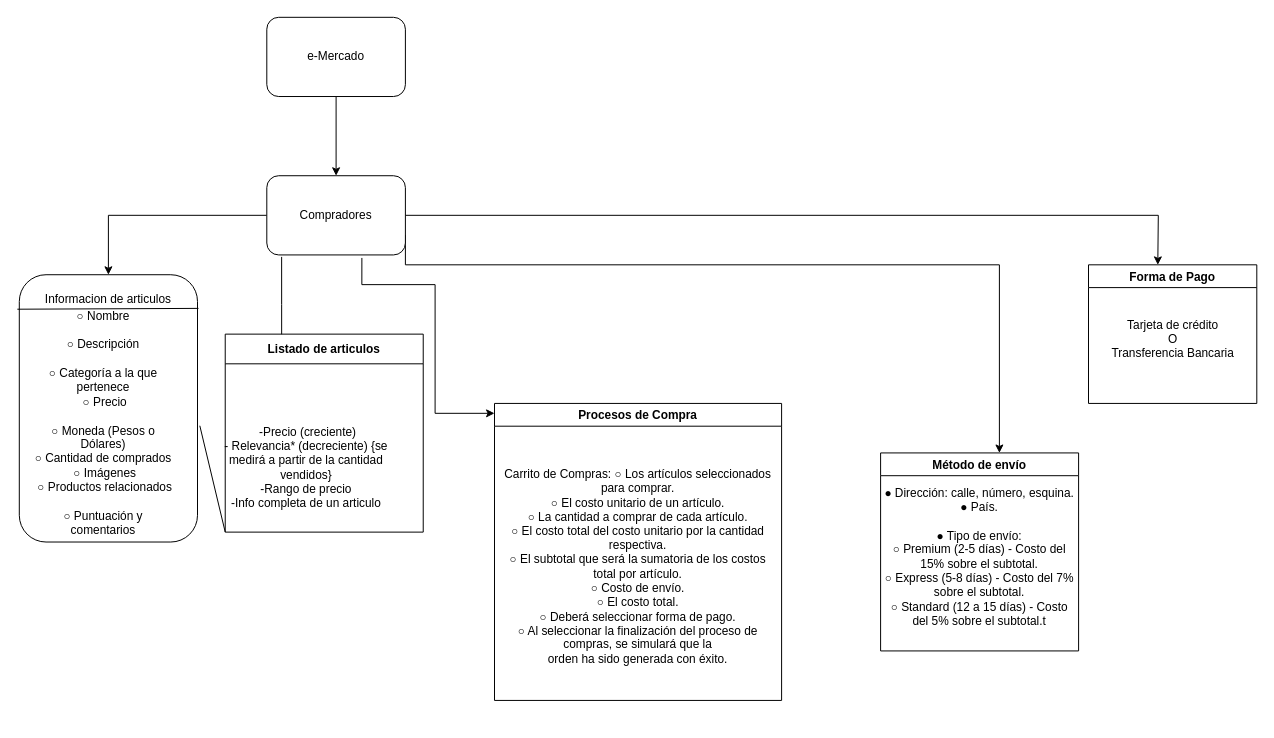
The draw.io diagram Untitled Diagram.drawio in lucasgrcia/proyecto-ecommerce, before the edit. Source tidied: cells renumbered, new cells numbered last; positions are measured from the earlier drawing's top-left corner, leaving out a move shared by most shapes. Both pictures are drawn from the tidied source at 99%, with x=0, y=0 at pixel (19, 17).
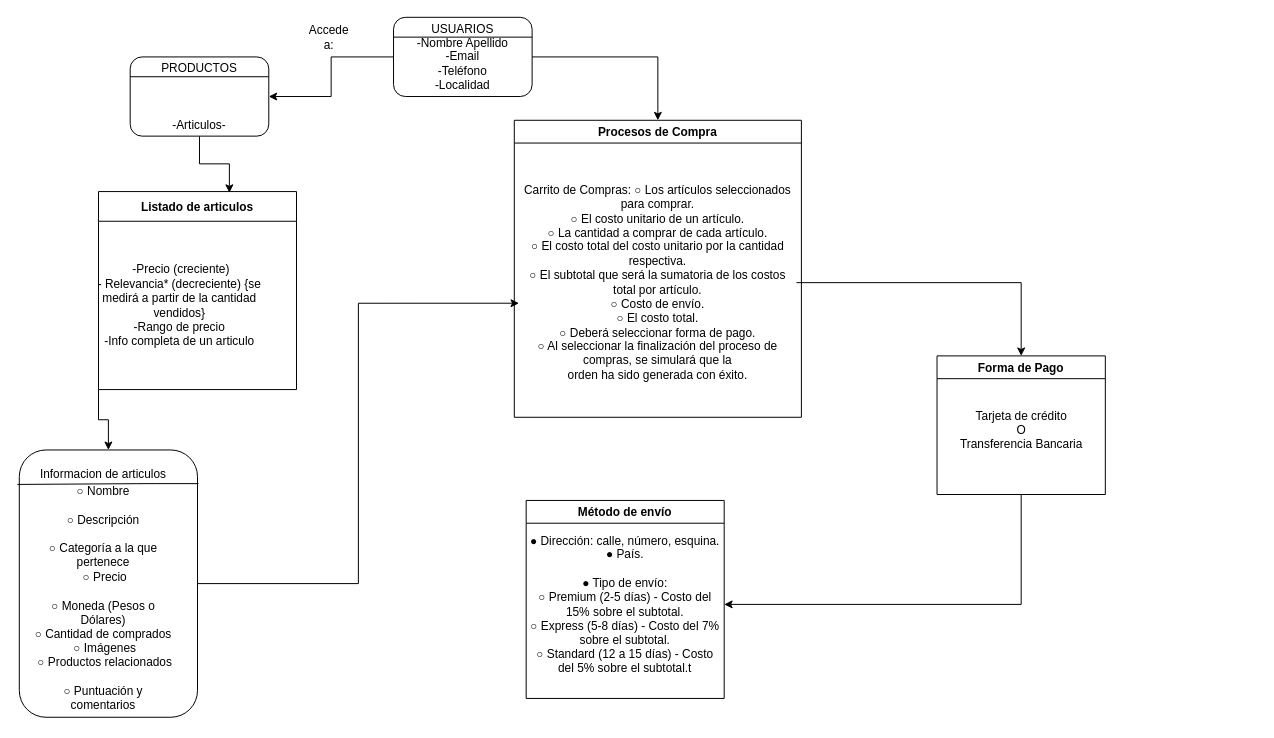
After the change.

Unchanged cells that the change refers to:
```xml
<mxCell id="20" value="● Dirección: calle, número, esquina.&lt;br/&gt;● País.&lt;br/&gt;&lt;br&gt;● Tipo de envío:&lt;br/&gt;○ Premium (2-5 días) - Costo del 15% sobre el subtotal.&lt;br/&gt;○ Express (5-8 días) - Costo del 7% sobre el subtotal.&lt;br/&gt;○ Standard (12 a 15 días) - Costo del 5% sobre el subtotal.t" style="text;html=1;strokeColor=none;fillColor=none;align=center;verticalAlign=middle;whiteSpace=wrap;rounded=0;" parent="19" vertex="1">
  <mxGeometry y="30" width="200" height="150" as="geometry" />
</mxCell>
```

Diff of the diagram source:
```diff
@@
-    <mxCell id="2" style="edgeStyle=orthogonalEdgeStyle;rounded=0;jettySize=auto;html=1;" parent="1" edge="1" source="3" target="10">
-      <mxGeometry relative="1" as="geometry" />
-    </mxCell>
-    <mxCell id="3" style="rounded=1;whiteSpace=wrap;html=1;" parent="1" vertex="1">
-      <mxGeometry x="250" width="140" height="80" as="geometry" />
-    </mxCell>
-    <mxCell id="4" value="e-Mercado" style="text;html=1;strokeColor=none;fillColor=none;align=center;verticalAlign=middle;whiteSpace=wrap;rounded=0;" parent="1" vertex="1">
-      <mxGeometry x="270" y="15" width="100" height="50" as="geometry" />
-    </mxCell>
-    <mxCell id="5" style="edgeStyle=orthogonalEdgeStyle;rounded=0;jettySize=auto;html=1;" parent="1" edge="1" source="10" target="11">
-      <mxGeometry relative="1" as="geometry" />
-    </mxCell>
-    <mxCell id="6" style="edgeStyle=orthogonalEdgeStyle;rounded=0;jettySize=auto;html=1;exitX=0.107;exitY=1.025;exitDx=0;exitDy=0;exitPerimeter=0;" parent="1" edge="1" source="10">
-      <mxGeometry relative="1" as="geometry">
-        <mxPoint x="265" y="340" as="targetPoint" />
-      </mxGeometry>
-    </mxCell>
-    <mxCell id="7" style="edgeStyle=orthogonalEdgeStyle;rounded=0;jettySize=auto;html=1;exitX=0.686;exitY=1.038;exitDx=0;exitDy=0;exitPerimeter=0;" parent="1" edge="1" source="10">
-      <mxGeometry relative="1" as="geometry">
-        <mxPoint x="480" y="400" as="targetPoint" />
-        <Array as="points">
-          <mxPoint x="346" y="270" />
-          <mxPoint x="420" y="270" />
-        </Array>
-      </mxGeometry>
-    </mxCell>
-    <mxCell id="8" style="edgeStyle=orthogonalEdgeStyle;rounded=0;orthogonalLoop=1;jettySize=auto;html=1;" parent="1" edge="1">
-      <mxGeometry relative="1" as="geometry">
-        <mxPoint x="390" y="220" as="sourcePoint" />
-        <mxPoint x="990" y="440" as="targetPoint" />
-        <Array as="points">
-          <mxPoint x="390" y="250" />
-          <mxPoint x="990" y="250" />
-        </Array>
-      </mxGeometry>
-    </mxCell>
-    <mxCell id="9" style="edgeStyle=orthogonalEdgeStyle;rounded=0;jettySize=auto;html=1;" parent="1" edge="1" source="10">
-      <mxGeometry relative="1" as="geometry">
-        <mxPoint x="1150" y="250" as="targetPoint" />
-      </mxGeometry>
-    </mxCell>
+    <mxCell id="24" style="edgeStyle=orthogonalEdgeStyle;rounded=0;jettySize=auto;html=1;exitX=0;exitY=0.5;exitDx=0;exitDy=0;" parent="1" edge="1" source="10" target="31">
+      <mxGeometry relative="1" as="geometry" />
+    </mxCell>
+    <mxCell id="25" style="edgeStyle=orthogonalEdgeStyle;rounded=0;jettySize=auto;html=1;exitX=1;exitY=0.5;exitDx=0;exitDy=0;" parent="1" edge="1" source="10" target="17">
+      <mxGeometry relative="1" as="geometry" />
+    </mxCell>
-    <mxCell id="10" value="Compradores" style="rounded=1;whiteSpace=wrap;html=1;" parent="1" vertex="1">
-      <mxGeometry x="250" y="160" width="140" height="80" as="geometry" />
+    <mxCell id="10" value="USUARIOS&lt;br&gt;-Nombre Apellido&lt;br&gt;-Email&lt;br&gt;-Teléfono&lt;br&gt;-Localidad&lt;br&gt;" style="rounded=1;whiteSpace=wrap;html=1;" parent="1" vertex="1">
+      <mxGeometry x="378" width="140" height="80" as="geometry" />
     </mxCell>
+    <mxCell id="26" style="edgeStyle=orthogonalEdgeStyle;rounded=0;jettySize=auto;html=1;exitX=1;exitY=0.5;exitDx=0;exitDy=0;entryX=-0.001;entryY=0.567;entryDx=0;entryDy=0;entryPerimeter=0;" parent="1" edge="1" source="11" target="18">
+      <mxGeometry relative="1" as="geometry" />
+    </mxCell>
     <mxCell id="11" style="rounded=1;whiteSpace=wrap;html=1;" parent="1" vertex="1">
-      <mxGeometry y="260" width="180" height="270" as="geometry" />
+      <mxGeometry y="437" width="180" height="270" as="geometry" />
     </mxCell>
     <mxCell id="12" style="endArrow=none;html=1;exitX=-0.011;exitY=0.129;exitDx=0;exitDy=0;exitPerimeter=0;" parent="1" edge="1" source="11">
       <mxGeometry relative="1" as="geometry">
-        <mxPoint x="181" y="294" as="targetPoint" />
+        <mxPoint x="181" y="471" as="targetPoint" />
+        <Array as="points">
+          <mxPoint x="128" y="471" />
+        </Array>
       </mxGeometry>
     </mxCell>
     <mxCell id="13" value="Informacion de articulos" style="text;html=1;strokeColor=none;fillColor=none;align=center;verticalAlign=middle;whiteSpace=wrap;rounded=0;" parent="1" vertex="1">
-      <mxGeometry x="20" y="270" width="140" height="30" as="geometry" />
+      <mxGeometry x="15" y="447" width="140" height="30" as="geometry" />
     </mxCell>
     <mxCell id="14" value="○ Nombre&lt;br/&gt;&lt;br&gt;○ Descripción&lt;br/&gt;&lt;br&gt;○ Categoría a la que pertenece&lt;br&gt;&amp;nbsp;○ Precio&lt;br/&gt;&lt;br&gt;○ Moneda (Pesos o Dólares)&lt;br/&gt;○ Cantidad de comprados&lt;br&gt;&amp;nbsp;○ Imágenes&lt;br&gt;&amp;nbsp;○ Productos relacionados&lt;br/&gt;&lt;br&gt;○ Puntuación y comentarios&lt;br/&gt;" style="text;html=1;strokeColor=none;fillColor=none;align=center;verticalAlign=middle;whiteSpace=wrap;rounded=0;" parent="1" vertex="1">
-      <mxGeometry x="10" y="340" width="150" height="140" as="geometry" />
+      <mxGeometry x="10" y="517" width="150" height="140" as="geometry" />
     </mxCell>
+    <mxCell id="27" style="edgeStyle=orthogonalEdgeStyle;rounded=0;jettySize=auto;html=1;exitX=0;exitY=1;exitDx=0;exitDy=0;entryX=0.5;entryY=0;entryDx=0;entryDy=0;" parent="1" edge="1" source="15" target="11">
+      <mxGeometry relative="1" as="geometry" />
+    </mxCell>
     <mxCell id="15" value="Listado de articulos" style="swimlane;startSize=30;" parent="1" vertex="1">
-      <mxGeometry x="208" y="320" width="200" height="200" as="geometry" />
+      <mxGeometry x="80" y="176" width="200" height="200" as="geometry" />
     </mxCell>
     <mxCell id="16" value="&amp;nbsp;-Precio (creciente)&lt;br&gt;- Relevancia* (decreciente) {se medirá a partir de la cantidad vendidos}&lt;br&gt;-Rango de precio&lt;br&gt;-Info completa de un articulo" style="text;html=1;strokeColor=none;fillColor=none;align=center;verticalAlign=middle;whiteSpace=wrap;rounded=0;" parent="1" vertex="1">
-      <mxGeometry x="200" y="390" width="180" height="130" as="geometry" />
+      <mxGeometry x="72" y="226" width="180" height="130" as="geometry" />
     </mxCell>
     <mxCell id="17" value="Procesos de Compra" style="swimlane;" parent="1" vertex="1">
-      <mxGeometry x="480" y="390" width="290" height="300" as="geometry" />
+      <mxGeometry x="500" y="104" width="290" height="300" as="geometry" />
     </mxCell>
     <mxCell id="18" value="Carrito de Compras:&amp;nbsp;○ Los artículos seleccionados para comprar.&lt;br/&gt;○ El costo unitario de un artículo.&lt;br/&gt;○ La cantidad a comprar de cada artículo.&lt;br/&gt;○ El costo total del costo unitario por la cantidad respectiva.&lt;br/&gt;○ El subtotal que será la sumatoria de los costos total por artículo.&lt;br/&gt;○ Costo de envío.&lt;br/&gt;○ El costo total.&lt;br/&gt;○ Deberá seleccionar forma de pago.&lt;br/&gt;○ Al seleccionar la finalización del proceso de compras, se simulará que la&lt;br/&gt;orden ha sido generada con éxito." style="text;html=1;strokeColor=none;fillColor=none;align=center;verticalAlign=middle;whiteSpace=wrap;rounded=0;" parent="17" vertex="1">
-      <mxGeometry x="5" y="10" width="280" height="310" as="geometry" />
+      <mxGeometry x="5" y="9" width="280" height="310" as="geometry" />
     </mxCell>
     <mxCell id="19" value="Método de envío" style="swimlane;" parent="1" vertex="1">
-      <mxGeometry x="870" y="440" width="200" height="200" as="geometry" />
+      <mxGeometry x="512" y="488" width="200" height="200" as="geometry" />
     </mxCell>
@@
+    <mxCell id="28" style="edgeStyle=orthogonalEdgeStyle;rounded=0;jettySize=auto;html=1;exitX=0.5;exitY=1;exitDx=0;exitDy=0;entryX=1;entryY=0.5;entryDx=0;entryDy=0;" parent="1" edge="1" source="21" target="20">
+      <mxGeometry relative="1" as="geometry" />
+    </mxCell>
     <mxCell id="21" value="Forma de Pago" style="swimlane;" parent="1" vertex="1">
-      <mxGeometry x="1080" y="250" width="170" height="140" as="geometry" />
+      <mxGeometry x="927" y="342" width="170" height="140" as="geometry" />
     </mxCell>
@@
-    <mxCell id="23" style="endArrow=none;html=1;entryX=1.013;entryY=0.565;entryDx=0;entryDy=0;entryPerimeter=0;" parent="1" edge="1" target="11">
-      <mxGeometry relative="1" as="geometry">
-        <mxPoint x="208" y="520" as="sourcePoint" />
-      </mxGeometry>
-    </mxCell>
+    <mxCell id="29" style="endArrow=none;html=1;exitX=0;exitY=0.25;exitDx=0;exitDy=0;entryX=1;entryY=0.25;entryDx=0;entryDy=0;" parent="1" edge="1" source="10" target="10">
+      <mxGeometry relative="1" as="geometry" />
+    </mxCell>
+    <mxCell id="30" style="edgeStyle=orthogonalEdgeStyle;rounded=0;jettySize=auto;html=1;exitX=0.5;exitY=1;exitDx=0;exitDy=0;entryX=0.661;entryY=0.006;entryDx=0;entryDy=0;entryPerimeter=0;" parent="1" edge="1" source="31" target="15">
+      <mxGeometry relative="1" as="geometry" />
+    </mxCell>
+    <mxCell id="31" value="PRODUCTOS&lt;br&gt;&lt;br&gt;&lt;br&gt;&lt;br&gt;-Articulos-" style="rounded=1;whiteSpace=wrap;html=1;" parent="1" vertex="1">
+      <mxGeometry x="112" y="40" width="140" height="80" as="geometry" />
+    </mxCell>
+    <mxCell id="32" style="endArrow=none;html=1;exitX=0;exitY=0.25;exitDx=0;exitDy=0;entryX=1;entryY=0.25;entryDx=0;entryDy=0;" parent="1" edge="1" source="31" target="31">
+      <mxGeometry relative="1" as="geometry" />
+    </mxCell>
+    <mxCell id="33" value="Accede a:" style="text;html=1;strokeColor=none;fillColor=none;align=center;verticalAlign=middle;whiteSpace=wrap;rounded=0;" parent="1" vertex="1">
+      <mxGeometry x="293" y="10" width="40" height="20" as="geometry" />
+    </mxCell>
+    <mxCell id="34" style="edgeStyle=orthogonalEdgeStyle;rounded=0;jettySize=auto;html=1;exitX=1;exitY=0.5;exitDx=0;exitDy=0;entryX=0.5;entryY=0;entryDx=0;entryDy=0;" parent="1" edge="1" source="18" target="21">
+      <mxGeometry relative="1" as="geometry" />
+    </mxCell>
```
